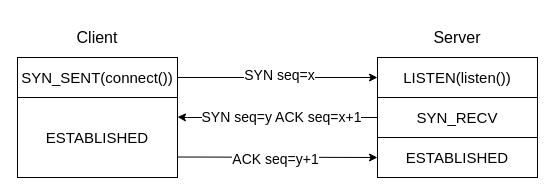
Before: 网络/TCP协议/raw/三次握手流程.drawio in RunningMartin/notebook, a draw.io diagram. Source tidied: cells renumbered, new cells numbered last; positions are measured from the earlier drawing's top-left corner, leaving out a move shared by most shapes. Both pictures are drawn from the tidied source at 100%, with x=0, y=0 at pixel (17, 17).
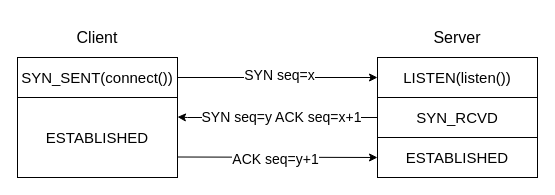
The same diagram, later.

Diff of the diagram source:
```diff
@@
 <mxGraphModel>
   <root>
     <mxCell id="0" />
     <mxCell id="1" parent="0" />
     <mxCell id="2" value="&lt;font style=&quot;font-size: 16px&quot;&gt;Client&lt;/font&gt;" style="text;html=1;strokeColor=none;fillColor=none;align=center;verticalAlign=middle;whiteSpace=wrap;rounded=0;" parent="1" vertex="1">
       <mxGeometry x="40" width="80" height="40" as="geometry" />
     </mxCell>
     <mxCell id="3" value="&lt;font style=&quot;font-size: 16px&quot;&gt;Server&lt;/font&gt;" style="text;html=1;strokeColor=none;fillColor=none;align=center;verticalAlign=middle;whiteSpace=wrap;rounded=0;" parent="1" vertex="1">
       <mxGeometry x="400" width="80" height="40" as="geometry" />
     </mxCell>
     <mxCell id="4" style="edgeStyle=orthogonalEdgeStyle;rounded=0;jettySize=auto;html=1;entryX=0;entryY=0.5;entryDx=0;entryDy=0;" parent="1" edge="1" source="6" target="7">
       <mxGeometry relative="1" as="geometry" />
     </mxCell>
     <mxCell id="5" value="&lt;font style=&quot;font-size: 14px&quot;&gt;SYN seq=x&lt;/font&gt;" style="text;html=1;align=center;verticalAlign=middle;labelBackgroundColor=#ffffff;" parent="4" vertex="1">
       <mxGeometry x="0.15" y="3" relative="1" as="geometry">
         <mxPoint x="-14" as="offset" />
       </mxGeometry>
     </mxCell>
     <mxCell id="6" value="&lt;font style=&quot;font-size: 15px&quot;&gt;SYN_SENT(connect())&lt;/font&gt;" style="rounded=0;whiteSpace=wrap;html=1;" parent="1" vertex="1">
       <mxGeometry y="40" width="160" height="40" as="geometry" />
     </mxCell>
     <mxCell id="7" value="&lt;font style=&quot;font-size: 15px&quot;&gt;LISTEN(listen())&lt;/font&gt;" style="rounded=0;whiteSpace=wrap;html=1;" parent="1" vertex="1">
       <mxGeometry x="360" y="40" width="160" height="40" as="geometry" />
     </mxCell>
     <mxCell id="8" value="&lt;font style=&quot;font-size: 15px&quot;&gt;ESTABLISHED&lt;/font&gt;" style="rounded=0;whiteSpace=wrap;html=1;" parent="1" vertex="1">
       <mxGeometry y="80" width="160" height="80" as="geometry" />
     </mxCell>
-    <mxCell id="9" value="&lt;font style=&quot;font-size: 15px&quot;&gt;SYN_RECV&lt;/font&gt;" style="rounded=0;whiteSpace=wrap;html=1;" parent="1" vertex="1">
+    <mxCell id="9" value="&lt;font style=&quot;font-size: 15px&quot;&gt;SYN_RCVD&lt;/font&gt;" style="rounded=0;whiteSpace=wrap;html=1;" parent="1" vertex="1">
       <mxGeometry x="360" y="80" width="160" height="40" as="geometry" />
     </mxCell>
     <mxCell id="10" value="&lt;font style=&quot;font-size: 15px&quot;&gt;ESTABLISHED&lt;/font&gt;" style="rounded=0;whiteSpace=wrap;html=1;" parent="1" vertex="1">
       <mxGeometry x="360" y="120" width="160" height="40" as="geometry" />
     </mxCell>
     <mxCell id="11" style="edgeStyle=orthogonalEdgeStyle;rounded=0;jettySize=auto;html=1;exitX=0;exitY=0.5;exitDx=0;exitDy=0;" parent="1" edge="1" source="9">
       <mxGeometry relative="1" as="geometry">
         <mxPoint x="160" y="99.5" as="targetPoint" />
         <Array as="points">
           <mxPoint x="170" y="100" />
         </Array>
       </mxGeometry>
     </mxCell>
     <mxCell id="12" value="&lt;font style=&quot;font-size: 14px&quot;&gt;SYN seq=y ACK seq=x+1&lt;/font&gt;" style="text;html=1;align=center;verticalAlign=middle;labelBackgroundColor=#ffffff;" parent="11" vertex="1">
       <mxGeometry x="0.88" y="-101" relative="1" as="geometry">
         <mxPoint x="91" y="100" as="offset" />
       </mxGeometry>
     </mxCell>
     <mxCell id="13" style="endArrow=classic;html=1;entryX=0;entryY=0.5;entryDx=0;entryDy=0;" parent="1" edge="1" target="10">
       <mxGeometry relative="1" as="geometry">
         <mxPoint x="160" y="139.5" as="sourcePoint" />
       </mxGeometry>
     </mxCell>
     <mxCell id="14" value="&lt;font style=&quot;font-size: 14px&quot;&gt;ACK seq=y+1&lt;/font&gt;" style="text;html=1;align=center;verticalAlign=middle;labelBackgroundColor=#ffffff;" parent="13" vertex="1">
       <mxGeometry x="0.24" y="-2" relative="1" as="geometry">
         <mxPoint x="-26" as="offset" />
       </mxGeometry>
     </mxCell>
   </root>
 </mxGraphModel>
```
